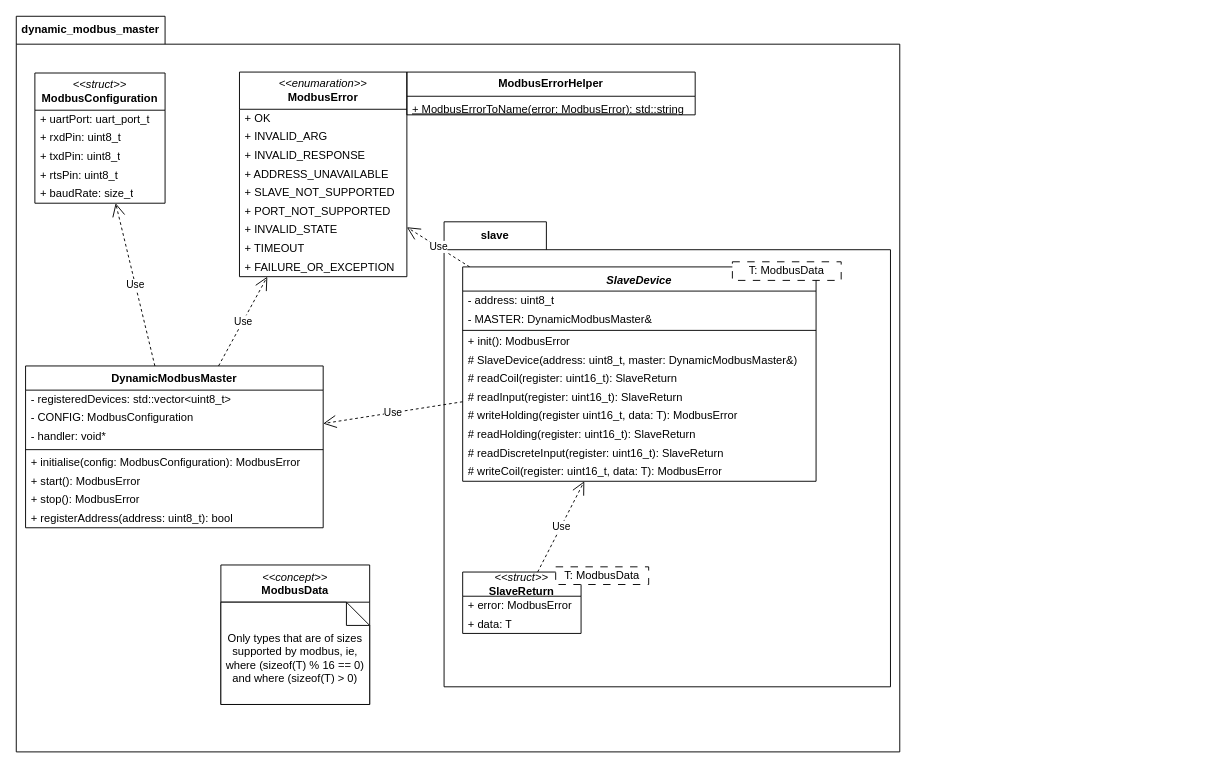
Before: page "Class+Namespace Diagram" (3 of 3) of docRaw/DynamicModbusLib.drawio in DomiMartinGlogi/DynamicModbusMaster, a draw.io diagram. Source tidied: cells renumbered, new cells numbered last; positions are measured from the earlier drawing's top-left corner, leaving out a move shared by most shapes. Both pictures are drawn from the tidied source at 93%, with x=0, y=0 at pixel (16, 16).
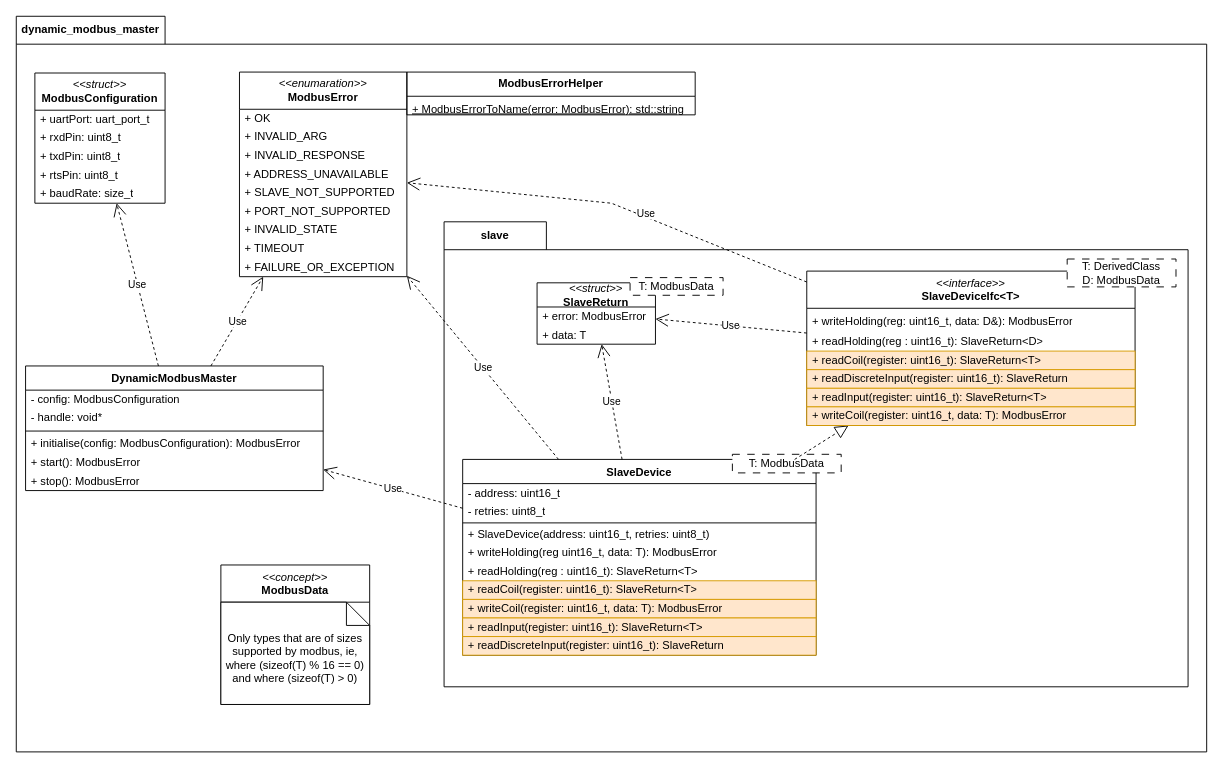
Above is the later version.

The change refers to these unchanged cells:
```xml
<mxCell id="20" value="&lt;i&gt;&amp;lt;&amp;lt;enumaration&amp;gt;&amp;gt;&lt;/i&gt;&lt;br&gt;&lt;b&gt;ModbusError&lt;/b&gt;" style="swimlane;fontStyle=0;horizontal=1;startSize=40;fillColor=none;whiteSpace=wrap;html=1;" parent="1" vertex="1">
  <mxGeometry x="240" y="60" width="180" height="220" as="geometry" />
</mxCell>
<mxCell id="55" value="&lt;i&gt;&amp;lt;&amp;lt;struct&amp;gt;&amp;gt;&lt;/i&gt;&lt;br&gt;&lt;b&gt;SlaveReturn&lt;/b&gt;" style="swimlane;fontStyle=0;horizontal=1;startSize=26;fillColor=none;whiteSpace=wrap;html=1;" parent="54" vertex="1">
  <mxGeometry y="5.6" width="127.3" height="66" as="geometry" />
</mxCell>
```

The edit, as a diff of the source:
```diff
@@
     <mxCell id="2" value="dynamic_modbus_master" style="shape=folder;fontStyle=1;tabWidth=160;tabHeight=30;tabPosition=left;html=1;boundedLbl=1;labelInHeader=1;whiteSpace=wrap;" parent="1" vertex="1">
-      <mxGeometry width="950" height="791" as="geometry" />
+      <mxGeometry width="1280" height="791" as="geometry" />
     </mxCell>
@@
     <mxCell id="11" value="DynamicModbusMaster" style="swimlane;fontStyle=1;align=center;verticalAlign=top;horizontal=1;startSize=26;whiteSpace=wrap;html=1;" parent="1" vertex="1">
-      <mxGeometry x="10" y="376" width="320" height="174" as="geometry" />
+      <mxGeometry x="10" y="376" width="320" height="134" as="geometry" />
     </mxCell>
-    <mxCell id="12" value="- registeredDevices: std::vector&amp;lt;uint8_t&amp;gt;" style="text;strokeColor=none;fillColor=none;align=left;verticalAlign=middle;spacingLeft=4;spacingRight=4;overflow=hidden;whiteSpace=wrap;html=1;" parent="11" vertex="1">
-      <mxGeometry y="26" width="320" height="20" as="geometry" />
-    </mxCell>
-    <mxCell id="13" value="- CONFIG: ModbusConfiguration" style="text;strokeColor=none;fillColor=none;align=left;verticalAlign=middle;spacingLeft=4;spacingRight=4;overflow=hidden;whiteSpace=wrap;html=1;" parent="11" vertex="1">
-      <mxGeometry y="46" width="320" height="20" as="geometry" />
+    <mxCell id="13" value="- config: ModbusConfiguration" style="text;strokeColor=none;fillColor=none;align=left;verticalAlign=middle;spacingLeft=4;spacingRight=4;overflow=hidden;whiteSpace=wrap;html=1;" parent="11" vertex="1">
+      <mxGeometry y="26" width="320" height="20" as="geometry" />
     </mxCell>
-    <mxCell id="14" value="- handler: void*" style="text;strokeColor=none;fillColor=none;align=left;verticalAlign=middle;spacingLeft=4;spacingRight=4;overflow=hidden;whiteSpace=wrap;html=1;" parent="11" vertex="1">
-      <mxGeometry y="66" width="320" height="20" as="geometry" />
+    <mxCell id="14" value="- handle: void*" style="text;strokeColor=none;fillColor=none;align=left;verticalAlign=middle;spacingLeft=4;spacingRight=4;overflow=hidden;whiteSpace=wrap;html=1;" parent="11" vertex="1">
+      <mxGeometry y="46" width="320" height="20" as="geometry" />
     </mxCell>
     <mxCell id="15" style="line;strokeWidth=1;fillColor=none;align=left;verticalAlign=middle;spacingTop=-1;spacingLeft=3;spacingRight=3;labelPosition=right;strokeColor=inherit;" parent="11" vertex="1">
-      <mxGeometry y="86" width="320" height="8" as="geometry" />
+      <mxGeometry y="66" width="320" height="8" as="geometry" />
     </mxCell>
     <mxCell id="16" value="+ initialise(config: ModbusConfiguration): ModbusError" style="text;strokeColor=none;fillColor=none;align=left;verticalAlign=middle;spacingLeft=4;spacingRight=4;overflow=hidden;whiteSpace=wrap;html=1;" parent="11" vertex="1">
-      <mxGeometry y="94" width="320" height="20" as="geometry" />
+      <mxGeometry y="74" width="320" height="20" as="geometry" />
     </mxCell>
     <mxCell id="17" value="+ start(): ModbusError" style="text;strokeColor=none;fillColor=none;align=left;verticalAlign=middle;spacingLeft=4;spacingRight=4;overflow=hidden;whiteSpace=wrap;html=1;" parent="11" vertex="1">
-      <mxGeometry y="114" width="320" height="20" as="geometry" />
+      <mxGeometry y="94" width="320" height="20" as="geometry" />
     </mxCell>
     <mxCell id="18" value="+ stop(): ModbusError" style="text;strokeColor=none;fillColor=none;align=left;verticalAlign=middle;spacingLeft=4;spacingRight=4;overflow=hidden;whiteSpace=wrap;html=1;" parent="11" vertex="1">
-      <mxGeometry y="134" width="320" height="20" as="geometry" />
+      <mxGeometry y="114" width="320" height="20" as="geometry" />
     </mxCell>
-    <mxCell id="19" value="+ registerAddress(address: uint8_t): bool" style="text;strokeColor=none;fillColor=none;align=left;verticalAlign=middle;spacingLeft=4;spacingRight=4;overflow=hidden;whiteSpace=wrap;html=1;" parent="11" vertex="1">
-      <mxGeometry y="154" width="320" height="20" as="geometry" />
-    </mxCell>
@@
     <mxCell id="33" value="slave" style="shape=folder;fontStyle=1;tabWidth=110;tabHeight=30;tabPosition=left;html=1;boundedLbl=1;labelInHeader=1;whiteSpace=wrap;" parent="1" vertex="1">
-      <mxGeometry x="460" y="221" width="480" height="500" as="geometry" />
+      <mxGeometry x="460" y="221" width="800" height="500" as="geometry" />
     </mxCell>
@@
-    <mxCell id="38" value="Use" style="endArrow=open;endSize=12;dashed=1;html=1;rounded=0;" parent="1" edge="1" source="55" target="40">
-      <mxGeometry relative="1" as="geometry" />
-    </mxCell>
     <mxCell id="39" style="group;" parent="1" vertex="1">
-      <mxGeometry x="480" y="264" width="407" height="236" as="geometry" />
+      <mxGeometry x="480" y="471" width="407" height="236" as="geometry" />
     </mxCell>
-    <mxCell id="40" value="&lt;i&gt;SlaveDevice&lt;/i&gt;" style="swimlane;fontStyle=1;align=center;verticalAlign=top;horizontal=1;startSize=26;whiteSpace=wrap;html=1;" parent="39" vertex="1">
-      <mxGeometry y="5.5" width="380" height="230.5" as="geometry" />
+    <mxCell id="40" value="SlaveDevice" style="swimlane;fontStyle=1;align=center;verticalAlign=top;horizontal=1;startSize=26;whiteSpace=wrap;html=1;" parent="39" vertex="1">
+      <mxGeometry y="5.5" width="380" height="210.5" as="geometry" />
     </mxCell>
-    <mxCell id="41" value="- address: uint8_t" style="text;strokeColor=none;fillColor=none;align=left;verticalAlign=middle;spacingLeft=4;spacingRight=4;overflow=hidden;whiteSpace=wrap;html=1;" parent="40" vertex="1">
+    <mxCell id="41" value="- address: uint16_t" style="text;strokeColor=none;fillColor=none;align=left;verticalAlign=middle;spacingLeft=4;spacingRight=4;overflow=hidden;whiteSpace=wrap;html=1;" parent="40" vertex="1">
       <mxGeometry y="26" width="380" height="20" as="geometry" />
     </mxCell>
-    <mxCell id="42" value="- MASTER: DynamicModbusMaster&amp;amp;" style="text;strokeColor=none;fillColor=none;align=left;verticalAlign=middle;spacingLeft=4;spacingRight=4;overflow=hidden;whiteSpace=wrap;html=1;" parent="40" vertex="1">
+    <mxCell id="42" value="- retries: uint8_t" style="text;strokeColor=none;fillColor=none;align=left;verticalAlign=middle;spacingLeft=4;spacingRight=4;overflow=hidden;whiteSpace=wrap;html=1;" parent="40" vertex="1">
       <mxGeometry y="46" width="380" height="20" as="geometry" />
     </mxCell>
@@
-    <mxCell id="44" value="+ init(): ModbusError" style="text;strokeColor=none;fillColor=none;align=left;verticalAlign=middle;spacingLeft=4;spacingRight=4;overflow=hidden;whiteSpace=wrap;html=1;" parent="40" vertex="1">
-      <mxGeometry y="70.5" width="380" height="20" as="geometry" />
-    </mxCell>
-    <mxCell id="45" value="# SlaveDevice(address: uint8_t, master: DynamicModbusMaster&amp;amp;)" style="text;strokeColor=none;fillColor=none;align=left;verticalAlign=middle;spacingLeft=4;spacingRight=4;overflow=hidden;whiteSpace=wrap;html=1;" parent="40" vertex="1">
-      <mxGeometry y="90.5" width="380" height="20" as="geometry" />
+    <mxCell id="45" value="+ SlaveDevice(address: uint16_t, retries: uint8_t)" style="text;strokeColor=none;fillColor=none;align=left;verticalAlign=middle;spacingLeft=4;spacingRight=4;overflow=hidden;whiteSpace=wrap;html=1;" parent="40" vertex="1">
+      <mxGeometry y="70.5" width="380" height="20" as="geometry" />
     </mxCell>
-    <mxCell id="46" value="# readCoil(register: uint16_t): SlaveReturn" style="text;strokeColor=none;fillColor=none;align=left;verticalAlign=middle;spacingLeft=4;spacingRight=4;overflow=hidden;whiteSpace=wrap;html=1;" parent="40" vertex="1">
-      <mxGeometry y="110.5" width="380" height="20" as="geometry" />
-    </mxCell>
-    <mxCell id="47" value="# readInput(register: uint16_t): SlaveReturn" style="text;strokeColor=none;fillColor=none;align=left;verticalAlign=middle;spacingLeft=4;spacingRight=4;overflow=hidden;whiteSpace=wrap;html=1;" parent="40" vertex="1">
-      <mxGeometry y="130.5" width="380" height="20" as="geometry" />
-    </mxCell>
-    <mxCell id="48" value="# writeHolding(register uint16_t, data: T): ModbusError" style="text;strokeColor=none;fillColor=none;align=left;verticalAlign=middle;spacingLeft=4;spacingRight=4;overflow=hidden;whiteSpace=wrap;html=1;" parent="40" vertex="1">
-      <mxGeometry y="150.5" width="380" height="20" as="geometry" />
+    <mxCell id="48" value="+ writeHolding(reg uint16_t, data: T): ModbusError" style="text;strokeColor=none;fillColor=none;align=left;verticalAlign=middle;spacingLeft=4;spacingRight=4;overflow=hidden;whiteSpace=wrap;html=1;" parent="40" vertex="1">
+      <mxGeometry y="90.5" width="380" height="20" as="geometry" />
     </mxCell>
-    <mxCell id="49" value="# readHolding(register: uint16_t): SlaveReturn" style="text;strokeColor=none;fillColor=none;align=left;verticalAlign=middle;spacingLeft=4;spacingRight=4;overflow=hidden;whiteSpace=wrap;html=1;" parent="40" vertex="1">
-      <mxGeometry y="170.5" width="380" height="20" as="geometry" />
+    <mxCell id="49" value="+ readHolding(reg&amp;nbsp;: uint16_t): SlaveReturn&amp;lt;T&amp;gt;" style="text;strokeColor=none;fillColor=none;align=left;verticalAlign=middle;spacingLeft=4;spacingRight=4;overflow=hidden;whiteSpace=wrap;html=1;" parent="40" vertex="1">
+      <mxGeometry y="110.5" width="380" height="20" as="geometry" />
     </mxCell>
+    <mxCell id="46" value="+ readCoil(register: uint16_t): SlaveReturn&amp;lt;T&amp;gt;" style="text;strokeColor=#d79b00;fillColor=#ffe6cc;align=left;verticalAlign=middle;spacingLeft=4;spacingRight=4;overflow=hidden;whiteSpace=wrap;html=1;" parent="40" vertex="1">
+      <mxGeometry y="130.5" width="380" height="20" as="geometry" />
+    </mxCell>
+    <mxCell id="51" value="+ writeCoil(register: uint16_t, data: T): ModbusError" style="text;strokeColor=#d79b00;fillColor=#ffe6cc;align=left;verticalAlign=middle;spacingLeft=4;spacingRight=4;overflow=hidden;whiteSpace=wrap;html=1;" parent="40" vertex="1">
+      <mxGeometry y="150.5" width="380" height="20" as="geometry" />
+    </mxCell>
+    <mxCell id="47" value="+ readInput(register: uint16_t): SlaveReturn&amp;lt;T&amp;gt;" style="text;strokeColor=#d79b00;fillColor=#ffe6cc;align=left;verticalAlign=middle;spacingLeft=4;spacingRight=4;overflow=hidden;whiteSpace=wrap;html=1;" parent="40" vertex="1">
+      <mxGeometry y="170.5" width="380" height="20" as="geometry" />
+    </mxCell>
-    <mxCell id="50" value="# readDiscreteInput(register: uint16_t): SlaveReturn" style="text;strokeColor=none;fillColor=none;align=left;verticalAlign=middle;spacingLeft=4;spacingRight=4;overflow=hidden;whiteSpace=wrap;html=1;" parent="40" vertex="1">
+    <mxCell id="50" value="+ readDiscreteInput(register: uint16_t): SlaveReturn" style="text;strokeColor=#d79b00;fillColor=#ffe6cc;align=left;verticalAlign=middle;spacingLeft=4;spacingRight=4;overflow=hidden;whiteSpace=wrap;html=1;" parent="40" vertex="1">
       <mxGeometry y="190.5" width="380" height="20" as="geometry" />
     </mxCell>
-    <mxCell id="51" value="# writeCoil(register: uint16_t, data: T): ModbusError" style="text;strokeColor=none;fillColor=none;align=left;verticalAlign=middle;spacingLeft=4;spacingRight=4;overflow=hidden;whiteSpace=wrap;html=1;" parent="40" vertex="1">
-      <mxGeometry y="210.5" width="380" height="20" as="geometry" />
-    </mxCell>
@@
     <mxCell id="53" style="group;" parent="1" vertex="1">
-      <mxGeometry x="480" y="592" width="200" height="71.6" as="geometry" />
+      <mxGeometry x="560" y="281" width="200" height="71.6" as="geometry" />
     </mxCell>
@@
+    <mxCell id="38" value="Use" style="endArrow=open;endSize=12;dashed=1;html=1;rounded=0;" parent="1" edge="1" source="40" target="55">
+      <mxGeometry relative="1" as="geometry" />
+    </mxCell>
+    <mxCell id="60" style="endArrow=block;dashed=1;endFill=0;endSize=12;html=1;rounded=0;" parent="1" edge="1" source="40" target="62">
+      <mxGeometry relative="1" as="geometry" />
+    </mxCell>
+    <mxCell id="61" style="group;" parent="1" vertex="1">
+      <mxGeometry x="850" y="261" width="397" height="99" as="geometry" />
+    </mxCell>
+    <mxCell id="62" value="&lt;span style=&quot;font-weight: normal;&quot;&gt;&lt;i&gt;&amp;lt;&amp;lt;interface&amp;gt;&amp;gt;&lt;/i&gt;&lt;/span&gt;&lt;br&gt;SlaveDeviceIfc&amp;lt;T&amp;gt;" style="swimlane;fontStyle=1;align=center;verticalAlign=top;horizontal=1;startSize=40;whiteSpace=wrap;html=1;" parent="61" vertex="1">
+      <mxGeometry y="13" width="353" height="166" as="geometry" />
+    </mxCell>
+    <mxCell id="63" value="+ writeHolding(reg: uint16_t, data: D&amp;amp;): ModbusError" style="text;strokeColor=none;fillColor=none;align=left;verticalAlign=top;spacingLeft=4;spacingRight=4;overflow=hidden;whiteSpace=wrap;html=1;" parent="62" vertex="1">
+      <mxGeometry y="40" width="353" height="26" as="geometry" />
+    </mxCell>
+    <mxCell id="64" value="+ readHolding(reg&amp;nbsp;: uint16_t): SlaveReturn&amp;lt;D&amp;gt;" style="text;strokeColor=none;fillColor=none;align=left;verticalAlign=middle;spacingLeft=4;spacingRight=4;overflow=hidden;whiteSpace=wrap;html=1;" parent="62" vertex="1">
+      <mxGeometry y="66" width="353" height="20" as="geometry" />
+    </mxCell>
+    <mxCell id="65" value="+ readCoil(register: uint16_t): SlaveReturn&amp;lt;T&amp;gt;" style="text;strokeColor=#d79b00;fillColor=#ffe6cc;align=left;verticalAlign=middle;spacingLeft=4;spacingRight=4;overflow=hidden;whiteSpace=wrap;html=1;" parent="62" vertex="1">
+      <mxGeometry y="86" width="353" height="20" as="geometry" />
+    </mxCell>
+    <mxCell id="66" value="+ readDiscreteInput(register: uint16_t): SlaveReturn" style="text;strokeColor=#d79b00;fillColor=#ffe6cc;align=left;verticalAlign=middle;spacingLeft=4;spacingRight=4;overflow=hidden;whiteSpace=wrap;html=1;" parent="62" vertex="1">
+      <mxGeometry y="106" width="353" height="20" as="geometry" />
+    </mxCell>
+    <mxCell id="67" value="+ readInput(register: uint16_t): SlaveReturn&amp;lt;T&amp;gt;" style="text;strokeColor=#d79b00;fillColor=#ffe6cc;align=left;verticalAlign=middle;spacingLeft=4;spacingRight=4;overflow=hidden;whiteSpace=wrap;html=1;" parent="62" vertex="1">
+      <mxGeometry y="126" width="353" height="20" as="geometry" />
+    </mxCell>
+    <mxCell id="68" value="+ writeCoil(register: uint16_t, data: T): ModbusError" style="text;strokeColor=#d79b00;fillColor=#ffe6cc;align=left;verticalAlign=middle;spacingLeft=4;spacingRight=4;overflow=hidden;whiteSpace=wrap;html=1;" parent="62" vertex="1">
+      <mxGeometry y="146" width="353" height="20" as="geometry" />
+    </mxCell>
+    <mxCell id="69" value="T: DerivedClass&lt;br&gt;D: ModbusData" style="html=1;align=center;verticalAlign=middle;dashed=1;whiteSpace=wrap;dashPattern=8 8;" parent="61" vertex="1">
+      <mxGeometry x="280" width="117" height="30" as="geometry" />
+    </mxCell>
+    <mxCell id="70" value="Use" style="endArrow=open;endSize=12;dashed=1;html=1;rounded=0;" parent="1" edge="1" source="62" target="55">
+      <mxGeometry relative="1" as="geometry" />
+    </mxCell>
+    <mxCell id="71" value="Use" style="endArrow=open;endSize=12;dashed=1;html=1;rounded=0;" parent="1" edge="1" source="62" target="20">
+      <mxGeometry x="-0.16" y="-4" relative="1" as="geometry">
+        <Array as="points">
+          <mxPoint x="640" y="201" />
+        </Array>
+      </mxGeometry>
+    </mxCell>
```
